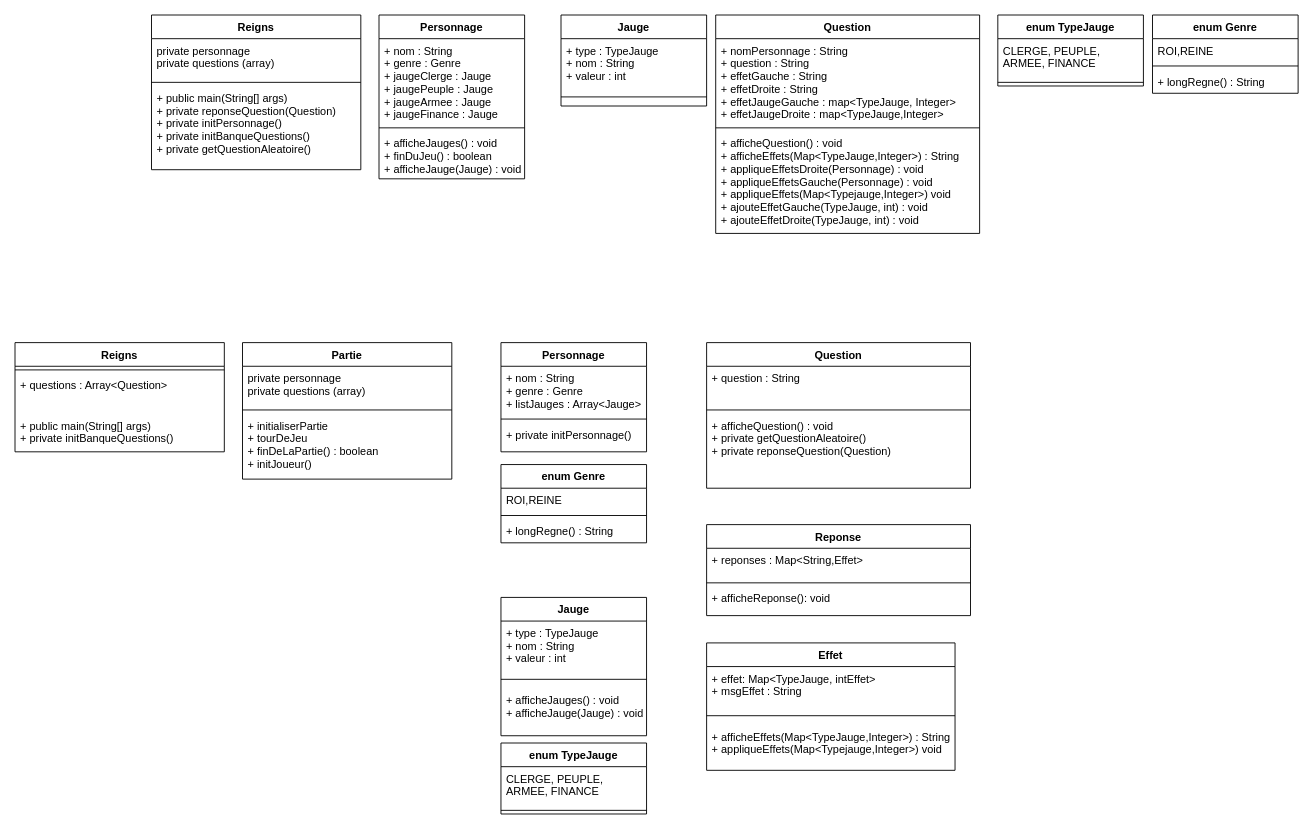
The draw.io diagram uml.drawio in juchrt/TP-1-Reigns, before the edit. Source tidied: cells renumbered, new cells numbered last; positions are measured from the earlier drawing's top-left corner, leaving out a move shared by most shapes. Both pictures are drawn from the tidied source at 91%, with x=0, y=0 at pixel (15, 15).
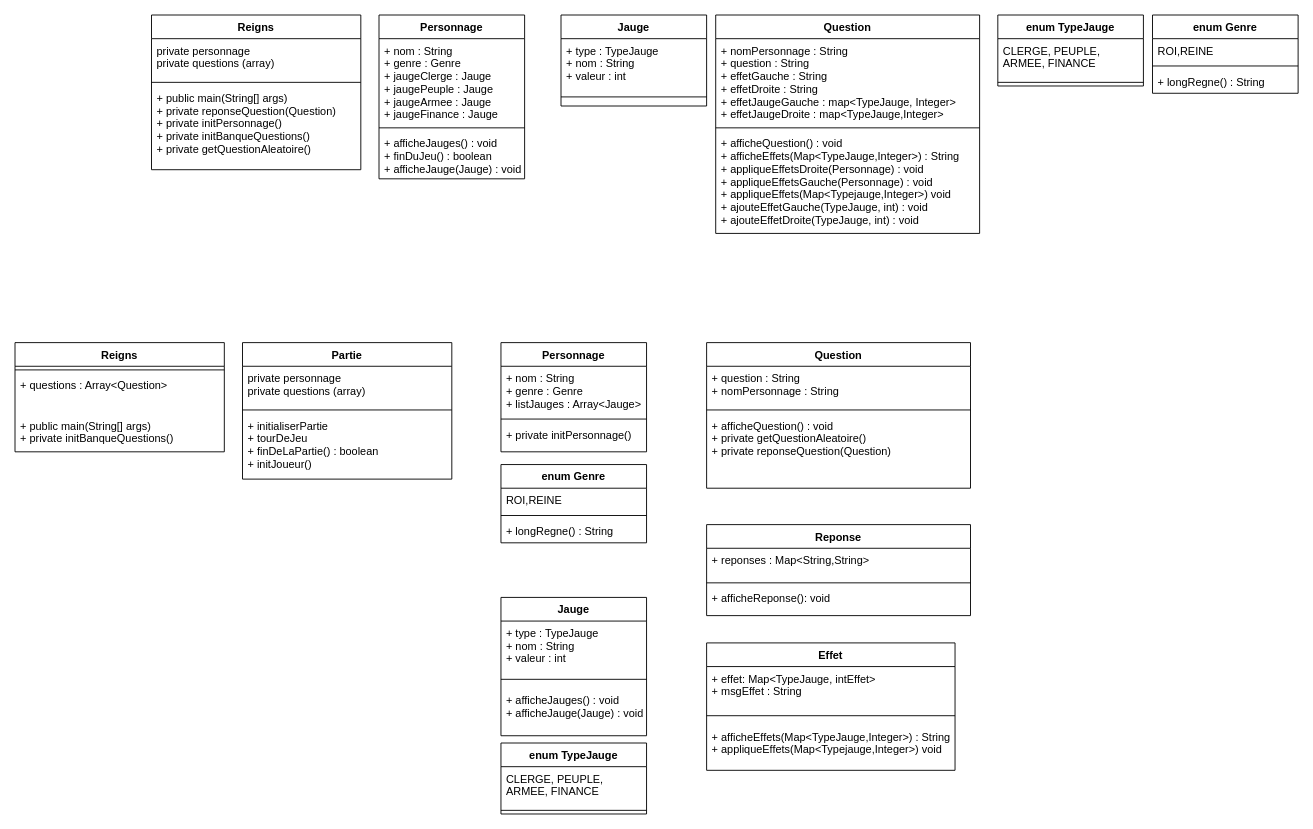
After the change.

The change refers to these unchanged cells:
```xml
<mxCell id="36" value="Question" style="swimlane;fontStyle=1;align=center;verticalAlign=top;horizontal=1;startSize=26;" parent="1" vertex="1">
  <mxGeometry x="760" y="360" width="290" height="160" as="geometry" />
</mxCell>
<mxCell id="55" value="Reponse" style="swimlane;fontStyle=1;align=center;verticalAlign=top;horizontal=1;startSize=26;" parent="1" vertex="1">
  <mxGeometry x="760" y="560" width="290" height="100" as="geometry" />
</mxCell>
```

Diff of the diagram source:
```diff
@@
-    <mxCell id="37" value="+ question : String" style="text;strokeColor=none;fillColor=none;align=left;verticalAlign=top;spacingLeft=4;spacingRight=4;overflow=hidden;" parent="36" vertex="1">
+    <mxCell id="37" value="+ question : String&#10;+ nomPersonnage : String" style="text;strokeColor=none;fillColor=none;align=left;verticalAlign=top;spacingLeft=4;spacingRight=4;overflow=hidden;" parent="36" vertex="1">
       <mxGeometry y="26" width="290" height="44" as="geometry" />
     </mxCell>
@@
-    <mxCell id="56" value="+ reponses : Map&lt;String,Effet&gt;&#10;&#10;" style="text;strokeColor=none;fillColor=none;align=left;verticalAlign=top;spacingLeft=4;spacingRight=4;overflow=hidden;" parent="55" vertex="1">
+    <mxCell id="56" value="+ reponses : Map&lt;String,String&gt;&#10;&#10;" style="text;strokeColor=none;fillColor=none;align=left;verticalAlign=top;spacingLeft=4;spacingRight=4;overflow=hidden;" parent="55" vertex="1">
       <mxGeometry y="26" width="290" height="34" as="geometry" />
     </mxCell>
```
